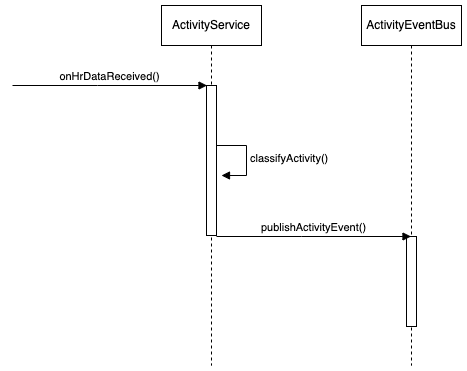
Before: my-thesis/diagrams/activity-monitor-seq.drawio.png, a diagram exported from draw.io (ba-nhermanto/thesis). Source tidied: cells renumbered, new cells last; positions are measured from the earlier drawing's top-left corner, leaving out a move shared by most shapes. Source of this version:
```xml
<mxGraphModel>
  <root>
    <mxCell id="0" />
    <mxCell id="1" parent="0" />
    <mxCell id="2" value="ActivityService" style="shape=umlLifeline;perimeter=lifelinePerimeter;whiteSpace=wrap;html=1;newEdgeStyle={&quot;edgeStyle&quot;:&quot;elbowEdgeStyle&quot;,&quot;elbow&quot;:&quot;vertical&quot;,&quot;curved&quot;:0,&quot;rounded&quot;:0};" parent="1" vertex="1">
      <mxGeometry x="149" width="100" height="360" as="geometry" />
    </mxCell>
    <mxCell id="3" style="html=1;perimeter=orthogonalPerimeter;targetShapes=umlLifeline;newEdgeStyle={&quot;edgeStyle&quot;:&quot;elbowEdgeStyle&quot;,&quot;elbow&quot;:&quot;vertical&quot;,&quot;curved&quot;:0,&quot;rounded&quot;:0};" parent="2" vertex="1">
      <mxGeometry x="45" y="80" width="10" height="150" as="geometry" />
    </mxCell>
    <mxCell id="4" value="classifyActivity()" style="html=1;align=left;spacingLeft=2;endArrow=block;rounded=0;edgeStyle=orthogonalEdgeStyle;curved=0;rounded=0;" parent="1" edge="1">
      <mxGeometry x="0.01" relative="1" as="geometry">
        <mxPoint x="204" y="140" as="sourcePoint" />
        <mxPoint x="209" y="170" as="targetPoint" />
        <Array as="points">
          <mxPoint x="234" y="170" />
        </Array>
      </mxGeometry>
    </mxCell>
    <mxCell id="5" value="ActivityEventBus" style="shape=umlLifeline;perimeter=lifelinePerimeter;whiteSpace=wrap;html=1;newEdgeStyle={&quot;edgeStyle&quot;:&quot;elbowEdgeStyle&quot;,&quot;elbow&quot;:&quot;vertical&quot;,&quot;curved&quot;:0,&quot;rounded&quot;:0};" parent="1" vertex="1">
      <mxGeometry x="349" width="100" height="360" as="geometry" />
    </mxCell>
    <mxCell id="6" style="html=1;perimeter=orthogonalPerimeter;targetShapes=umlLifeline;newEdgeStyle={&quot;edgeStyle&quot;:&quot;elbowEdgeStyle&quot;,&quot;elbow&quot;:&quot;vertical&quot;,&quot;curved&quot;:0,&quot;rounded&quot;:0};" parent="5" vertex="1">
      <mxGeometry x="45" y="231" width="10" height="90" as="geometry" />
    </mxCell>
    <mxCell id="7" value="publishActivityEvent()" style="html=1;verticalAlign=bottom;endArrow=block;edgeStyle=elbowEdgeStyle;elbow=vertical;curved=0;rounded=0;" parent="1" edge="1">
      <mxGeometry relative="1" as="geometry">
        <mxPoint x="204" y="231" as="sourcePoint" />
        <mxPoint x="398.5" y="231" as="targetPoint" />
        <Array as="points">
          <mxPoint x="289" y="231" />
        </Array>
      </mxGeometry>
    </mxCell>
    <mxCell id="8" value="onHrDataReceived()" style="html=1;verticalAlign=bottom;endArrow=block;edgeStyle=elbowEdgeStyle;elbow=vertical;curved=0;rounded=0;" parent="1" edge="1">
      <mxGeometry relative="1" as="geometry">
        <mxPoint y="80" as="sourcePoint" />
        <mxPoint x="194.5" y="80" as="targetPoint" />
        <Array as="points">
          <mxPoint x="85" y="80" />
        </Array>
      </mxGeometry>
    </mxCell>
  </root>
</mxGraphModel>
```
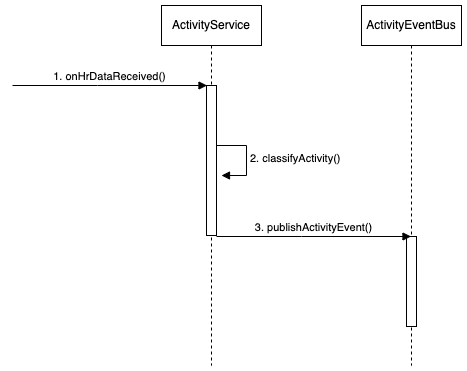
Later version of the same file.

Diff of the diagram source:
```diff
@@ -8,7 +8,7 @@
     <mxCell id="3" style="html=1;perimeter=orthogonalPerimeter;targetShapes=umlLifeline;newEdgeStyle={&quot;edgeStyle&quot;:&quot;elbowEdgeStyle&quot;,&quot;elbow&quot;:&quot;vertical&quot;,&quot;curved&quot;:0,&quot;rounded&quot;:0};" parent="2" vertex="1">
       <mxGeometry x="45" y="80" width="10" height="150" as="geometry" />
     </mxCell>
-    <mxCell id="4" value="classifyActivity()" style="html=1;align=left;spacingLeft=2;endArrow=block;rounded=0;edgeStyle=orthogonalEdgeStyle;curved=0;rounded=0;" parent="1" edge="1">
+    <mxCell id="4" value="2. classifyActivity()" style="html=1;align=left;spacingLeft=2;endArrow=block;rounded=0;edgeStyle=orthogonalEdgeStyle;curved=0;rounded=0;" parent="1" edge="1">
       <mxGeometry x="0.01" relative="1" as="geometry">
         <mxPoint x="204" y="140" as="sourcePoint" />
         <mxPoint x="209" y="170" as="targetPoint" />
@@ -23,7 +23,7 @@
     <mxCell id="6" style="html=1;perimeter=orthogonalPerimeter;targetShapes=umlLifeline;newEdgeStyle={&quot;edgeStyle&quot;:&quot;elbowEdgeStyle&quot;,&quot;elbow&quot;:&quot;vertical&quot;,&quot;curved&quot;:0,&quot;rounded&quot;:0};" parent="5" vertex="1">
       <mxGeometry x="45" y="231" width="10" height="90" as="geometry" />
     </mxCell>
-    <mxCell id="7" value="publishActivityEvent()" style="html=1;verticalAlign=bottom;endArrow=block;edgeStyle=elbowEdgeStyle;elbow=vertical;curved=0;rounded=0;" parent="1" edge="1">
+    <mxCell id="7" value="3. publishActivityEvent()" style="html=1;verticalAlign=bottom;endArrow=block;edgeStyle=elbowEdgeStyle;elbow=vertical;curved=0;rounded=0;" parent="1" edge="1">
       <mxGeometry relative="1" as="geometry">
         <mxPoint x="204" y="231" as="sourcePoint" />
         <mxPoint x="398.5" y="231" as="targetPoint" />
@@ -32,7 +32,7 @@
         </Array>
       </mxGeometry>
     </mxCell>
-    <mxCell id="8" value="onHrDataReceived()" style="html=1;verticalAlign=bottom;endArrow=block;edgeStyle=elbowEdgeStyle;elbow=vertical;curved=0;rounded=0;" parent="1" edge="1">
+    <mxCell id="8" value="1. onHrDataReceived()" style="html=1;verticalAlign=bottom;endArrow=block;edgeStyle=elbowEdgeStyle;elbow=vertical;curved=0;rounded=0;" parent="1" edge="1">
       <mxGeometry relative="1" as="geometry">
         <mxPoint y="80" as="sourcePoint" />
         <mxPoint x="194.5" y="80" as="targetPoint" />
```
